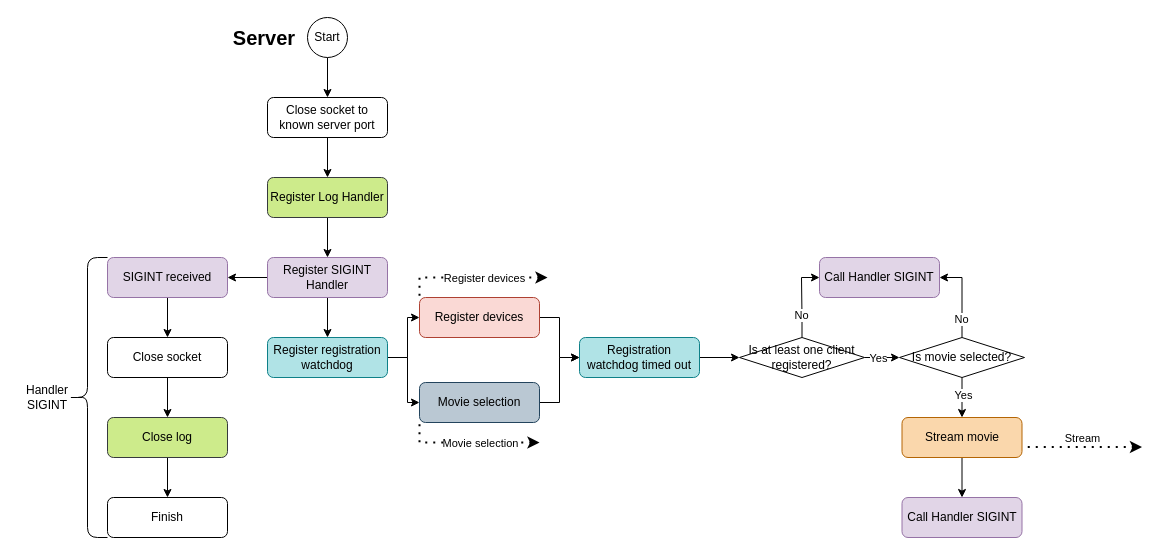
This is page "Stream Server" (12 of 13) of client-server.drawio from nico-ig/UDP-Video-Streaming, a draw.io file, before an edit. Source tidied: cells renumbered, new cells numbered last; positions are measured from the earlier drawing's top-left corner, leaving out a move shared by most shapes. Both pictures are drawn from the tidied source at 100%, with x=0, y=0 at pixel (17, 17).
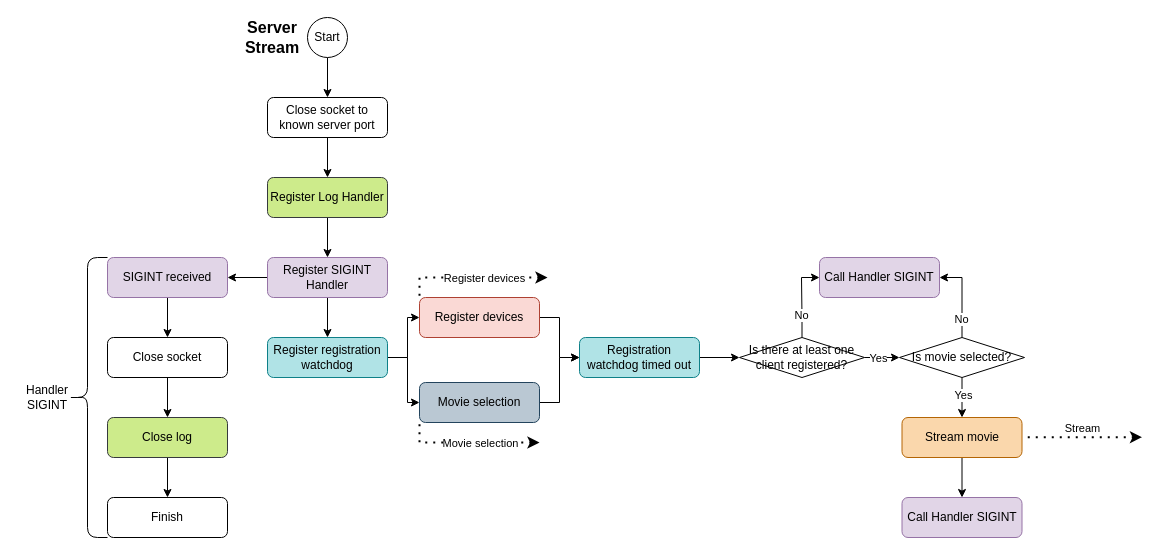
Above is the later version.

What changed in the source:
```diff
@@
-    <mxCell id="24" value="Is at least one client registered?" style="rhombus;whiteSpace=wrap;html=1;" parent="1" vertex="1">
+    <mxCell id="24" value="Is there at least one client registered?" style="rhombus;whiteSpace=wrap;html=1;" parent="1" vertex="1">
       <mxGeometry x="722" y="320" width="125" height="40" as="geometry" />
     </mxCell>
@@
     <mxCell id="43" style="endArrow=none;dashed=1;html=1;dashPattern=1 3;strokeWidth=2;rounded=0;startArrow=classic;startFill=1;" parent="1" edge="1">
       <mxGeometry relative="1" as="geometry">
-        <mxPoint x="1124.5" y="429.5" as="sourcePoint" />
-        <mxPoint x="1004.5" y="429.5" as="targetPoint" />
+        <mxPoint x="1124.5" y="419.7" as="sourcePoint" />
+        <mxPoint x="1004.5" y="419.7" as="targetPoint" />
         <Array as="points">
-          <mxPoint x="1004.5" y="429.5" />
+          <mxPoint x="1004.5" y="419.7" />
         </Array>
       </mxGeometry>
     </mxCell>
@@
-    <mxCell id="49" value="&lt;font size=&quot;1&quot;&gt;&lt;b style=&quot;font-size: 20px;&quot;&gt;Server&lt;/b&gt;&lt;/font&gt;" style="text;html=1;strokeColor=none;fillColor=none;align=center;verticalAlign=middle;whiteSpace=wrap;rounded=0;" parent="1" vertex="1">
-      <mxGeometry x="222" y="5" width="50" height="30" as="geometry" />
+    <mxCell id="49" value="&lt;font style=&quot;font-size: 16px;&quot;&gt;&lt;b&gt;Server Stream&lt;br&gt;&lt;/b&gt;&lt;/font&gt;" style="text;html=1;strokeColor=none;fillColor=none;align=center;verticalAlign=middle;whiteSpace=wrap;rounded=0;" parent="1" vertex="1">
+      <mxGeometry x="230" y="5" width="50" height="30" as="geometry" />
     </mxCell>
```
